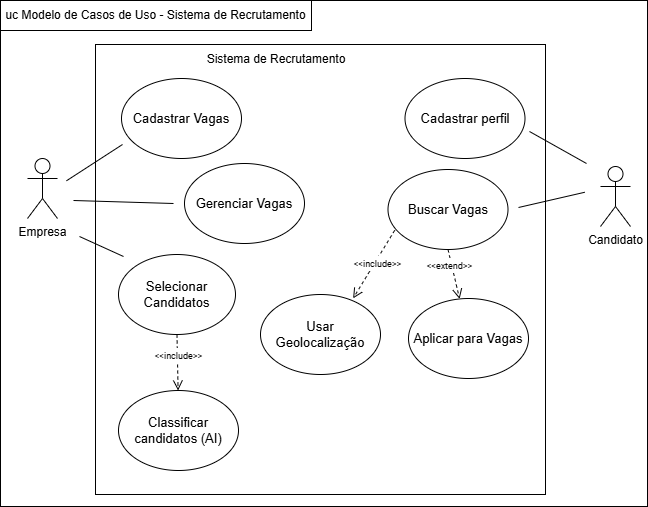
Earlier version of the draw.io export Diagramas/Diagrama de Casos de Uso.png (joao769/TalentBridge). Source tidied: cells renumbered, new cells last; positions are measured from the earlier drawing's top-left corner, leaving out a move shared by most shapes. The source it was exported from:
```xml
<mxGraphModel background="#FFFFFF">
  <root>
    <mxCell id="0" />
    <mxCell id="1" parent="0" />
    <mxCell id="2" style="rounded=0;whiteSpace=wrap;html=1;fillColor=none;strokeColor=#000000;fontColor=#000000;" parent="1" vertex="1">
      <mxGeometry width="647" height="506" as="geometry" />
    </mxCell>
    <mxCell id="3" style="whiteSpace=wrap;html=1;rounded=0;fillColor=none;strokeColor=#000000;fontColor=#000000;" parent="1" vertex="1">
      <mxGeometry x="95" y="44" width="450" height="450" as="geometry" />
    </mxCell>
    <mxCell id="4" style="html=1;verticalAlign=bottom;endArrow=open;dashed=1;endSize=8;curved=0;rounded=0;exitX=0.5;exitY=1;exitDx=0;exitDy=0;strokeColor=#000000;fontColor=#000000;" parent="1" edge="1" source="23" target="13">
      <mxGeometry relative="1" as="geometry" />
    </mxCell>
    <mxCell id="5" value="&lt;font&gt;Empresa&lt;/font&gt;" style="shape=umlActor;verticalLabelPosition=bottom;verticalAlign=top;html=1;labelBackgroundColor=none;rounded=0;fillColor=none;strokeColor=#000000;fontColor=#000000;" parent="1" vertex="1">
      <mxGeometry x="27" y="158" width="30" height="60" as="geometry" />
    </mxCell>
    <mxCell id="6" value="&lt;font&gt;Candidato&lt;/font&gt;" style="shape=umlActor;verticalLabelPosition=bottom;verticalAlign=top;html=1;labelBackgroundColor=none;rounded=0;fillColor=none;strokeColor=#000000;fontColor=#000000;" parent="1" vertex="1">
      <mxGeometry x="600" y="166" width="30" height="60" as="geometry" />
    </mxCell>
    <mxCell id="7" value="&lt;font style=&quot;font-size: 13px;&quot;&gt;Cadastrar perfil&lt;/font&gt;" style="ellipse;whiteSpace=wrap;html=1;rounded=0;fillColor=none;strokeColor=#000000;fontColor=#000000;" parent="1" vertex="1">
      <mxGeometry x="404.5" y="78" width="120" height="80" as="geometry" />
    </mxCell>
    <mxCell id="8" value="&lt;font style=&quot;font-size: 13px;&quot;&gt;Cadastrar Vagas&lt;/font&gt;" style="ellipse;whiteSpace=wrap;html=1;rounded=0;fillColor=none;strokeColor=#000000;fontColor=#000000;" parent="1" vertex="1">
      <mxGeometry x="121" y="78" width="120" height="80" as="geometry" />
    </mxCell>
    <mxCell id="9" value="&lt;font style=&quot;font-size: 13px;&quot;&gt;Selecionar Candidatos&lt;/font&gt;" style="ellipse;whiteSpace=wrap;html=1;rounded=0;fillColor=none;strokeColor=#000000;fontColor=#000000;" parent="1" vertex="1">
      <mxGeometry x="118" y="254" width="117" height="80" as="geometry" />
    </mxCell>
    <mxCell id="10" value="&lt;font style=&quot;font-size: 13px;&quot;&gt;Gerenciar Vagas&lt;/font&gt;" style="ellipse;whiteSpace=wrap;html=1;rounded=0;fillColor=none;strokeColor=#000000;fontColor=#000000;" parent="1" vertex="1">
      <mxGeometry x="184" y="163" width="120" height="80" as="geometry" />
    </mxCell>
    <mxCell id="11" value="&lt;font style=&quot;font-size: 13px;&quot;&gt;Usar Geolocalização&lt;/font&gt;" style="ellipse;whiteSpace=wrap;html=1;rounded=0;fillColor=none;strokeColor=#000000;fontColor=#000000;" parent="1" vertex="1">
      <mxGeometry x="260" y="294" width="120" height="80" as="geometry" />
    </mxCell>
    <mxCell id="12" value="&lt;font style=&quot;font-size: 13px;&quot;&gt;Classificar candidatos (AI)&lt;/font&gt;" style="ellipse;whiteSpace=wrap;html=1;rounded=0;fillColor=none;strokeColor=#000000;fontColor=#000000;" parent="1" vertex="1">
      <mxGeometry x="118" y="390" width="120" height="80" as="geometry" />
    </mxCell>
    <mxCell id="13" value="&lt;font style=&quot;font-size: 13px;&quot;&gt;Aplicar para Vagas&lt;/font&gt;" style="ellipse;whiteSpace=wrap;html=1;rounded=0;fillColor=none;strokeColor=#000000;fontColor=#000000;" parent="1" vertex="1">
      <mxGeometry x="408" y="298" width="120" height="80" as="geometry" />
    </mxCell>
    <mxCell id="14" style="endArrow=none;html=1;rounded=0;strokeColor=#000000;fontColor=#000000;" parent="1" edge="1">
      <mxGeometry relative="1" as="geometry">
        <mxPoint x="529" y="131" as="sourcePoint" />
        <mxPoint x="586" y="163" as="targetPoint" />
      </mxGeometry>
    </mxCell>
    <mxCell id="15" style="endArrow=none;html=1;rounded=0;strokeColor=#000000;fontColor=#000000;entryX=0.903;entryY=0.379;entryDx=0;entryDy=0;entryPerimeter=0;" parent="1" edge="1" target="2">
      <mxGeometry relative="1" as="geometry">
        <mxPoint x="518" y="207" as="sourcePoint" />
      </mxGeometry>
    </mxCell>
    <mxCell id="16" style="endArrow=none;html=1;rounded=0;strokeColor=#000000;fontColor=#000000;" parent="1" edge="1">
      <mxGeometry relative="1" as="geometry">
        <mxPoint x="66" y="180.3" as="sourcePoint" />
        <mxPoint x="122" y="144" as="targetPoint" />
      </mxGeometry>
    </mxCell>
    <mxCell id="17" style="endArrow=none;html=1;rounded=0;strokeColor=#000000;fontColor=#000000;" parent="1" edge="1">
      <mxGeometry relative="1" as="geometry">
        <mxPoint x="73" y="200" as="sourcePoint" />
        <mxPoint x="173" y="203" as="targetPoint" />
      </mxGeometry>
    </mxCell>
    <mxCell id="18" style="endArrow=none;html=1;rounded=0;strokeColor=#000000;fontColor=#000000;" parent="1" edge="1">
      <mxGeometry relative="1" as="geometry">
        <mxPoint x="79" y="236" as="sourcePoint" />
        <mxPoint x="123" y="256" as="targetPoint" />
      </mxGeometry>
    </mxCell>
    <mxCell id="19" style="html=1;verticalAlign=bottom;endArrow=open;dashed=1;endSize=8;curved=0;rounded=0;exitX=0.5;exitY=1;exitDx=0;exitDy=0;strokeColor=#000000;fontColor=#000000;" parent="1" edge="1" source="9" target="12">
      <mxGeometry relative="1" as="geometry" />
    </mxCell>
    <mxCell id="20" value="&lt;font&gt;Sistema de Recrutamento&lt;/font&gt;" style="text;html=1;align=center;verticalAlign=middle;whiteSpace=wrap;rounded=0;strokeColor=none;fontColor=#000000;" parent="1" vertex="1">
      <mxGeometry x="204" y="44" width="144" height="30" as="geometry" />
    </mxCell>
    <mxCell id="21" value="&lt;font&gt;uc Modelo de Casos de Uso - Sistema de Recrutamento&lt;/font&gt;" style="text;html=1;align=center;verticalAlign=middle;whiteSpace=wrap;rounded=0;strokeColor=#000000;fontColor=#000000;" parent="1" vertex="1">
      <mxGeometry width="311" height="30" as="geometry" />
    </mxCell>
    <mxCell id="22" style="html=1;verticalAlign=bottom;endArrow=open;dashed=1;endSize=8;curved=0;rounded=0;exitX=0.056;exitY=0.76;exitDx=0;exitDy=0;entryX=0.772;entryY=0.048;entryDx=0;entryDy=0;strokeColor=#000000;entryPerimeter=0;fontColor=#000000;exitPerimeter=0;" parent="1" edge="1" source="23" target="11">
      <mxGeometry relative="1" as="geometry" />
    </mxCell>
    <mxCell id="23" value="&lt;font style=&quot;font-size: 13px;&quot;&gt;Buscar Vagas&lt;/font&gt;" style="ellipse;whiteSpace=wrap;html=1;rounded=0;fillColor=none;strokeColor=#000000;fontColor=#000000;" parent="1" vertex="1">
      <mxGeometry x="387.5" y="169" width="120" height="80" as="geometry" />
    </mxCell>
    <mxCell id="24" value="&lt;span style=&quot;font-family: -apple-system, Roboto, SegoeUI, &amp;quot;Segoe UI&amp;quot;, &amp;quot;Helvetica Neue&amp;quot;, Helvetica, &amp;quot;Microsoft YaHei&amp;quot;, &amp;quot;Meiryo UI&amp;quot;, Meiryo, &amp;quot;Arial Unicode MS&amp;quot;, sans-serif; text-align: left;&quot;&gt;&lt;font style=&quot;font-size: 9px;&quot;&gt;&amp;lt;&amp;lt;extend&amp;gt;&amp;gt;&lt;/font&gt;&lt;/span&gt;" style="text;html=1;align=center;verticalAlign=middle;whiteSpace=wrap;rounded=0;rotation=0;fillColor=#000000;strokeColor=#000000;fontColor=#000000;labelBackgroundColor=default;" parent="1" vertex="1">
      <mxGeometry x="434" y="260" width="31" height="10" as="geometry" />
    </mxCell>
    <mxCell id="25" value="&lt;span style=&quot;font-family: -apple-system, Roboto, SegoeUI, &amp;quot;Segoe UI&amp;quot;, &amp;quot;Helvetica Neue&amp;quot;, Helvetica, &amp;quot;Microsoft YaHei&amp;quot;, &amp;quot;Meiryo UI&amp;quot;, Meiryo, &amp;quot;Arial Unicode MS&amp;quot;, sans-serif; text-align: left;&quot;&gt;&lt;font style=&quot;font-size: 9px;&quot;&gt;&amp;lt;&amp;lt;include&amp;gt;&amp;gt;&lt;/font&gt;&lt;/span&gt;" style="text;html=1;align=center;verticalAlign=middle;whiteSpace=wrap;rounded=0;rotation=0;fillColor=#000000;strokeColor=#000000;fontColor=#000000;labelBackgroundColor=default;" parent="1" vertex="1">
      <mxGeometry x="362" y="258" width="31" height="10" as="geometry" />
    </mxCell>
    <mxCell id="26" value="&lt;span style=&quot;font-family: -apple-system, Roboto, SegoeUI, &amp;quot;Segoe UI&amp;quot;, &amp;quot;Helvetica Neue&amp;quot;, Helvetica, &amp;quot;Microsoft YaHei&amp;quot;, &amp;quot;Meiryo UI&amp;quot;, Meiryo, &amp;quot;Arial Unicode MS&amp;quot;, sans-serif; text-align: left;&quot;&gt;&lt;font style=&quot;font-size: 9px;&quot;&gt;&amp;lt;&amp;lt;include&amp;gt;&amp;gt;&lt;/font&gt;&lt;/span&gt;" style="text;html=1;align=center;verticalAlign=middle;whiteSpace=wrap;rounded=0;rotation=0;fillColor=#000000;strokeColor=#000000;fontColor=#000000;labelBackgroundColor=default;" parent="1" vertex="1">
      <mxGeometry x="162.5" y="350" width="31" height="10" as="geometry" />
    </mxCell>
  </root>
</mxGraphModel>
```
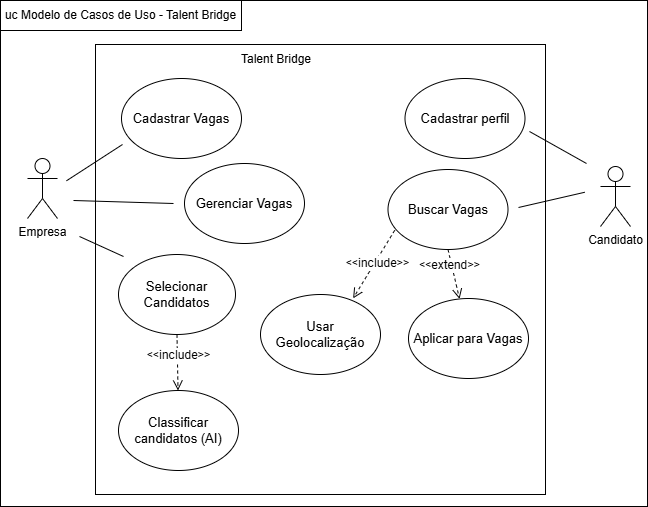
Above is the later version.

The edit, as a diff of the source:
```diff
@@ -70,11 +70,11 @@
     <mxCell id="19" style="html=1;verticalAlign=bottom;endArrow=open;dashed=1;endSize=8;curved=0;rounded=0;exitX=0.5;exitY=1;exitDx=0;exitDy=0;strokeColor=#000000;fontColor=#000000;" parent="1" edge="1" source="9" target="12">
       <mxGeometry relative="1" as="geometry" />
     </mxCell>
-    <mxCell id="20" value="&lt;font&gt;Sistema de Recrutamento&lt;/font&gt;" style="text;html=1;align=center;verticalAlign=middle;whiteSpace=wrap;rounded=0;strokeColor=none;fontColor=#000000;" parent="1" vertex="1">
+    <mxCell id="20" value="&lt;font&gt;Talent Bridge&lt;/font&gt;" style="text;html=1;align=center;verticalAlign=middle;whiteSpace=wrap;rounded=0;strokeColor=none;fontColor=#000000;" parent="1" vertex="1">
       <mxGeometry x="204" y="44" width="144" height="30" as="geometry" />
     </mxCell>
-    <mxCell id="21" value="&lt;font&gt;uc Modelo de Casos de Uso - Sistema de Recrutamento&lt;/font&gt;" style="text;html=1;align=center;verticalAlign=middle;whiteSpace=wrap;rounded=0;strokeColor=#000000;fontColor=#000000;" parent="1" vertex="1">
-      <mxGeometry width="311" height="30" as="geometry" />
+    <mxCell id="21" value="&lt;font&gt;uc Modelo de Casos de Uso - Talent Bridge&lt;/font&gt;" style="text;html=1;align=center;verticalAlign=middle;whiteSpace=wrap;rounded=0;strokeColor=#000000;fontColor=#000000;" parent="1" vertex="1">
+      <mxGeometry width="241" height="30" as="geometry" />
     </mxCell>
     <mxCell id="22" style="html=1;verticalAlign=bottom;endArrow=open;dashed=1;endSize=8;curved=0;rounded=0;exitX=0.056;exitY=0.76;exitDx=0;exitDy=0;entryX=0.772;entryY=0.048;entryDx=0;entryDy=0;strokeColor=#000000;entryPerimeter=0;fontColor=#000000;exitPerimeter=0;" parent="1" edge="1" source="23" target="11">
       <mxGeometry relative="1" as="geometry" />
@@ -82,13 +82,13 @@
     <mxCell id="23" value="&lt;font style=&quot;font-size: 13px;&quot;&gt;Buscar Vagas&lt;/font&gt;" style="ellipse;whiteSpace=wrap;html=1;rounded=0;fillColor=none;strokeColor=#000000;fontColor=#000000;" parent="1" vertex="1">
       <mxGeometry x="387.5" y="169" width="120" height="80" as="geometry" />
     </mxCell>
-    <mxCell id="24" value="&lt;span style=&quot;font-family: -apple-system, Roboto, SegoeUI, &amp;quot;Segoe UI&amp;quot;, &amp;quot;Helvetica Neue&amp;quot;, Helvetica, &amp;quot;Microsoft YaHei&amp;quot;, &amp;quot;Meiryo UI&amp;quot;, Meiryo, &amp;quot;Arial Unicode MS&amp;quot;, sans-serif; text-align: left;&quot;&gt;&lt;font style=&quot;font-size: 9px;&quot;&gt;&amp;lt;&amp;lt;extend&amp;gt;&amp;gt;&lt;/font&gt;&lt;/span&gt;" style="text;html=1;align=center;verticalAlign=middle;whiteSpace=wrap;rounded=0;rotation=0;fillColor=#000000;strokeColor=#000000;fontColor=#000000;labelBackgroundColor=default;" parent="1" vertex="1">
+    <mxCell id="24" value="&lt;span style=&quot;font-family: -apple-system, Roboto, SegoeUI, &amp;quot;Segoe UI&amp;quot;, &amp;quot;Helvetica Neue&amp;quot;, Helvetica, &amp;quot;Microsoft YaHei&amp;quot;, &amp;quot;Meiryo UI&amp;quot;, Meiryo, &amp;quot;Arial Unicode MS&amp;quot;, sans-serif; text-align: left; font-size: 12px;&quot;&gt;&lt;font style=&quot;font-size: 12px;&quot;&gt;&amp;lt;&amp;lt;extend&amp;gt;&amp;gt;&lt;/font&gt;&lt;/span&gt;" style="text;html=1;align=center;verticalAlign=middle;whiteSpace=wrap;rounded=0;rotation=0;fillColor=#000000;strokeColor=#000000;fontColor=#000000;labelBackgroundColor=default;fontSize=12;" parent="1" vertex="1">
       <mxGeometry x="434" y="260" width="31" height="10" as="geometry" />
     </mxCell>
-    <mxCell id="25" value="&lt;span style=&quot;font-family: -apple-system, Roboto, SegoeUI, &amp;quot;Segoe UI&amp;quot;, &amp;quot;Helvetica Neue&amp;quot;, Helvetica, &amp;quot;Microsoft YaHei&amp;quot;, &amp;quot;Meiryo UI&amp;quot;, Meiryo, &amp;quot;Arial Unicode MS&amp;quot;, sans-serif; text-align: left;&quot;&gt;&lt;font style=&quot;font-size: 9px;&quot;&gt;&amp;lt;&amp;lt;include&amp;gt;&amp;gt;&lt;/font&gt;&lt;/span&gt;" style="text;html=1;align=center;verticalAlign=middle;whiteSpace=wrap;rounded=0;rotation=0;fillColor=#000000;strokeColor=#000000;fontColor=#000000;labelBackgroundColor=default;" parent="1" vertex="1">
+    <mxCell id="25" value="&lt;span style=&quot;font-family: -apple-system, Roboto, SegoeUI, &amp;quot;Segoe UI&amp;quot;, &amp;quot;Helvetica Neue&amp;quot;, Helvetica, &amp;quot;Microsoft YaHei&amp;quot;, &amp;quot;Meiryo UI&amp;quot;, Meiryo, &amp;quot;Arial Unicode MS&amp;quot;, sans-serif; text-align: left; font-size: 12px;&quot;&gt;&lt;font style=&quot;font-size: 12px;&quot;&gt;&amp;lt;&amp;lt;include&amp;gt;&amp;gt;&lt;/font&gt;&lt;/span&gt;" style="text;html=1;align=center;verticalAlign=middle;whiteSpace=wrap;rounded=0;rotation=0;fillColor=#000000;strokeColor=#000000;fontColor=#000000;labelBackgroundColor=default;fontSize=12;" parent="1" vertex="1">
       <mxGeometry x="362" y="258" width="31" height="10" as="geometry" />
     </mxCell>
-    <mxCell id="26" value="&lt;span style=&quot;font-family: -apple-system, Roboto, SegoeUI, &amp;quot;Segoe UI&amp;quot;, &amp;quot;Helvetica Neue&amp;quot;, Helvetica, &amp;quot;Microsoft YaHei&amp;quot;, &amp;quot;Meiryo UI&amp;quot;, Meiryo, &amp;quot;Arial Unicode MS&amp;quot;, sans-serif; text-align: left;&quot;&gt;&lt;font style=&quot;font-size: 9px;&quot;&gt;&amp;lt;&amp;lt;include&amp;gt;&amp;gt;&lt;/font&gt;&lt;/span&gt;" style="text;html=1;align=center;verticalAlign=middle;whiteSpace=wrap;rounded=0;rotation=0;fillColor=#000000;strokeColor=#000000;fontColor=#000000;labelBackgroundColor=default;" parent="1" vertex="1">
+    <mxCell id="26" value="&lt;span style=&quot;font-family: -apple-system, Roboto, SegoeUI, &amp;quot;Segoe UI&amp;quot;, &amp;quot;Helvetica Neue&amp;quot;, Helvetica, &amp;quot;Microsoft YaHei&amp;quot;, &amp;quot;Meiryo UI&amp;quot;, Meiryo, &amp;quot;Arial Unicode MS&amp;quot;, sans-serif; text-align: left; font-size: 12px;&quot;&gt;&lt;font style=&quot;font-size: 12px;&quot;&gt;&amp;lt;&amp;lt;include&amp;gt;&amp;gt;&lt;/font&gt;&lt;/span&gt;" style="text;html=1;align=center;verticalAlign=middle;whiteSpace=wrap;rounded=0;rotation=0;fillColor=#000000;strokeColor=#000000;fontColor=#000000;labelBackgroundColor=default;fontSize=12;" parent="1" vertex="1">
       <mxGeometry x="162.5" y="350" width="31" height="10" as="geometry" />
     </mxCell>
   </root>
```
